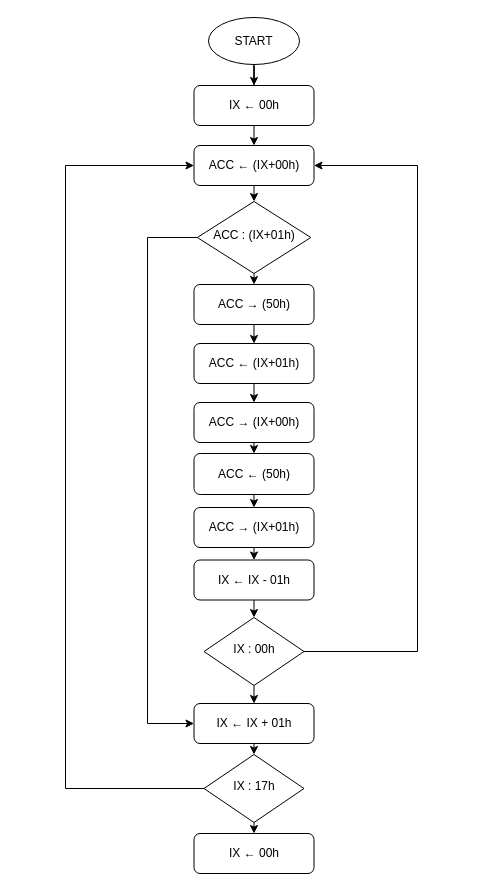
This is page "Page-1" (1 of 2) of FlowChart.drawio from H-haruki-20/FlowChart, a draw.io file, before an edit. Source tidied: cells renumbered, new cells numbered last; positions are measured from the earlier drawing's top-left corner, leaving out a move shared by most shapes. Both pictures are drawn from the tidied source at 100%, with x=0, y=0 at pixel (65, 17).
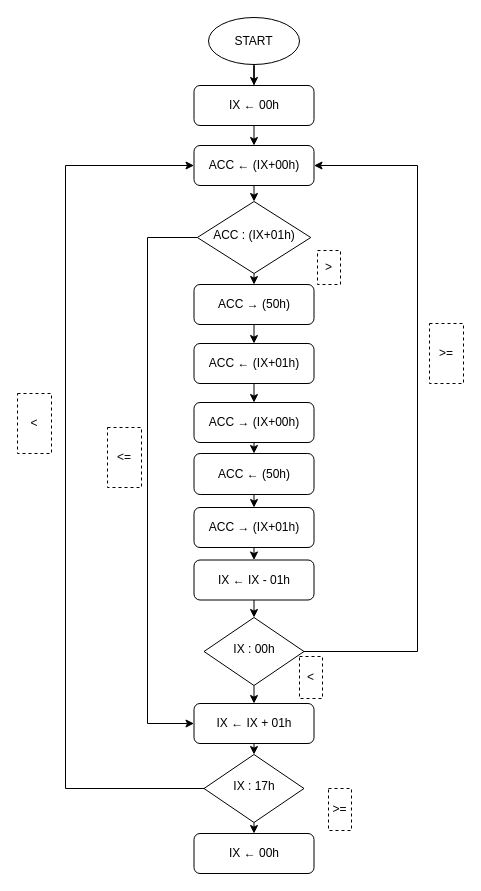
The same page after the edit.

Change to the diagram source:
```diff
@@
+    <mxCell id="32" value="&amp;gt;=" style="rounded=0;whiteSpace=wrap;html=1;dashed=1;" parent="1" vertex="1">
+      <mxGeometry x="364" y="306" width="34" height="60" as="geometry" />
+    </mxCell>
+    <mxCell id="33" value="&amp;lt;=" style="rounded=0;whiteSpace=wrap;html=1;dashed=1;" parent="1" vertex="1">
+      <mxGeometry x="42" y="410" width="34" height="60" as="geometry" />
+    </mxCell>
+    <mxCell id="34" value="&amp;lt;" style="rounded=0;whiteSpace=wrap;html=1;dashed=1;" parent="1" vertex="1">
+      <mxGeometry x="-48" y="376" width="34" height="60" as="geometry" />
+    </mxCell>
+    <mxCell id="35" value="&amp;gt;=" style="rounded=0;whiteSpace=wrap;html=1;dashed=1;" parent="1" vertex="1">
+      <mxGeometry x="263" y="771" width="23" height="42" as="geometry" />
+    </mxCell>
+    <mxCell id="36" value="&amp;gt;" style="rounded=0;whiteSpace=wrap;html=1;dashed=1;" parent="1" vertex="1">
+      <mxGeometry x="252" y="233" width="23" height="34" as="geometry" />
+    </mxCell>
+    <mxCell id="37" value="&amp;lt;" style="rounded=0;whiteSpace=wrap;html=1;dashed=1;" parent="1" vertex="1">
+      <mxGeometry x="234" y="639" width="23" height="42" as="geometry" />
+    </mxCell>
```
